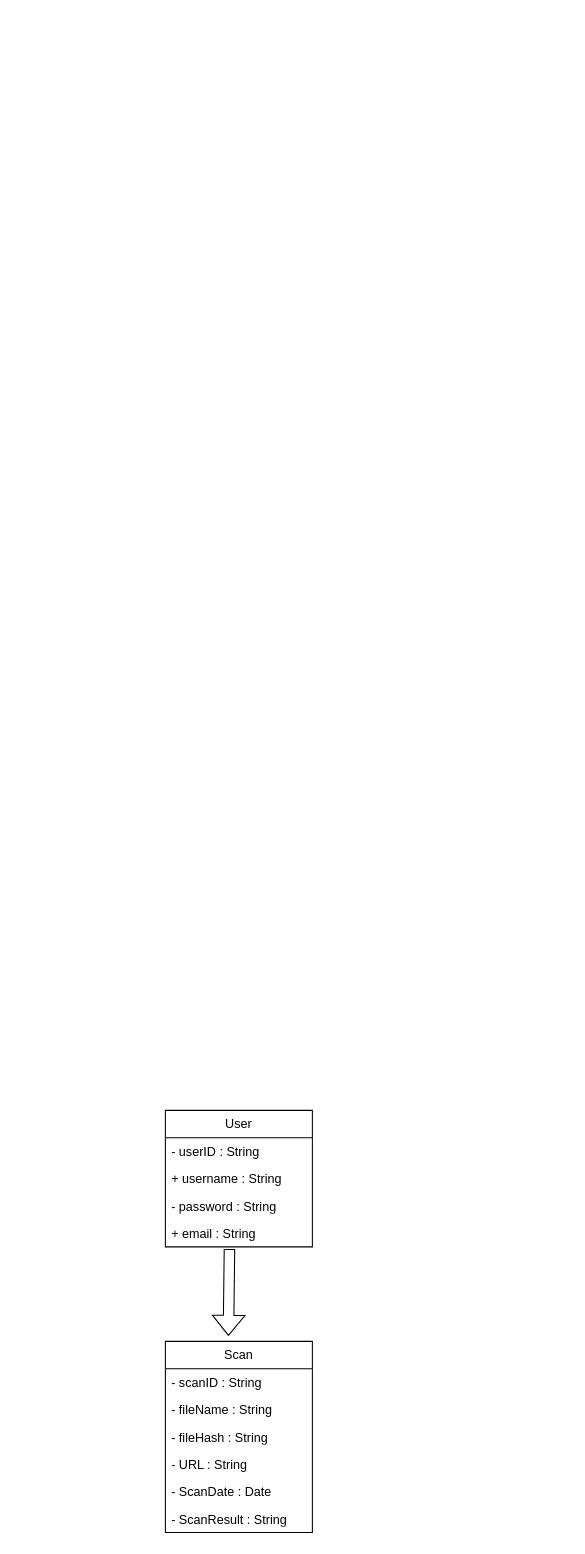
Earlier version of the draw.io diagram UML.drawio (Rikardooliv/ProjectX). Source tidied: cells renumbered, new cells numbered last; positions are measured from the earlier drawing's top-left corner, leaving out a move shared by most shapes. Both pictures are drawn from the tidied source at 105%, with x=0, y=0 at pixel (165, 1110).
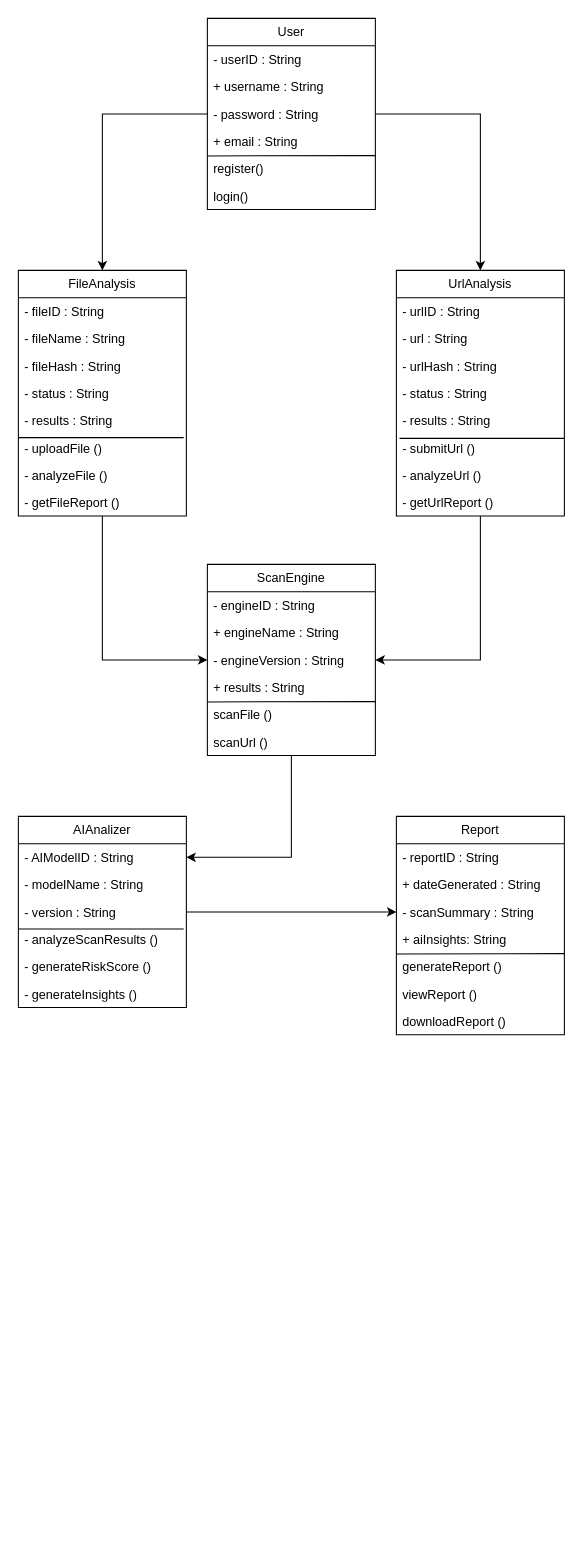
Above is the later version.

Diff of the diagram source:
```diff
@@
+    <mxCell id="15" style="edgeStyle=orthogonalEdgeStyle;rounded=0;jettySize=auto;html=1;entryX=0.5;entryY=0;entryDx=0;entryDy=0;" parent="1" edge="1" source="2" target="7">
+      <mxGeometry relative="1" as="geometry" />
+    </mxCell>
     <mxCell id="2" value="User" style="swimlane;fontStyle=0;horizontal=1;startSize=26;fillColor=none;whiteSpace=wrap;html=1;" parent="1" vertex="1">
-      <mxGeometry width="140" height="130" as="geometry" />
+      <mxGeometry x="40" y="-1040" width="160" height="182" as="geometry" />
     </mxCell>
     <mxCell id="3" value="- userID : String" style="text;strokeColor=none;fillColor=none;align=left;verticalAlign=top;spacingLeft=4;spacingRight=4;overflow=hidden;whiteSpace=wrap;html=1;" parent="2" vertex="1">
-      <mxGeometry y="26" width="140" height="26" as="geometry" />
+      <mxGeometry y="26" width="160" height="26" as="geometry" />
     </mxCell>
     <mxCell id="4" value="+ username : String" style="text;strokeColor=none;fillColor=none;align=left;verticalAlign=top;spacingLeft=4;spacingRight=4;overflow=hidden;whiteSpace=wrap;html=1;" parent="2" vertex="1">
-      <mxGeometry y="52" width="140" height="26" as="geometry" />
+      <mxGeometry y="52" width="160" height="26" as="geometry" />
     </mxCell>
     <mxCell id="5" value="- password : String" style="text;strokeColor=none;fillColor=none;align=left;verticalAlign=top;spacingLeft=4;spacingRight=4;overflow=hidden;points=[[0,0.5],[1,0.5]];portConstraint=eastwest;whiteSpace=wrap;html=1;" parent="2" vertex="1">
-      <mxGeometry y="78" width="140" height="26" as="geometry" />
+      <mxGeometry y="78" width="160" height="26" as="geometry" />
     </mxCell>
     <mxCell id="6" value="+ email : String" style="text;strokeColor=none;fillColor=none;align=left;verticalAlign=top;spacingLeft=4;spacingRight=4;overflow=hidden;points=[[0,0.5],[1,0.5]];portConstraint=eastwest;whiteSpace=wrap;html=1;" parent="2" vertex="1">
-      <mxGeometry y="104" width="140" height="26" as="geometry" />
+      <mxGeometry y="104" width="160" height="26" as="geometry" />
     </mxCell>
+    <mxCell id="16" value="register()" style="text;strokeColor=none;fillColor=none;align=left;verticalAlign=top;spacingLeft=4;spacingRight=4;overflow=hidden;whiteSpace=wrap;html=1;" parent="2" vertex="1">
+      <mxGeometry y="130" width="160" height="26" as="geometry" />
+    </mxCell>
+    <mxCell id="17" value="login()" style="text;strokeColor=none;fillColor=none;align=left;verticalAlign=top;spacingLeft=4;spacingRight=4;overflow=hidden;whiteSpace=wrap;html=1;" parent="2" vertex="1">
+      <mxGeometry y="156" width="160" height="26" as="geometry" />
+    </mxCell>
+    <mxCell id="18" style="endArrow=none;html=1;rounded=0;entryX=1.002;entryY=1.027;entryDx=0;entryDy=0;entryPerimeter=0;" parent="2" edge="1" target="6">
+      <mxGeometry relative="1" as="geometry">
+        <mxPoint y="131" as="sourcePoint" />
+      </mxGeometry>
+    </mxCell>
+    <mxCell id="19" style="edgeStyle=orthogonalEdgeStyle;rounded=0;jettySize=auto;html=1;entryX=0;entryY=0.5;entryDx=0;entryDy=0;" parent="1" edge="1" source="7" target="38">
+      <mxGeometry relative="1" as="geometry" />
+    </mxCell>
-    <mxCell id="7" value="Scan" style="swimlane;fontStyle=0;horizontal=1;startSize=26;fillColor=none;whiteSpace=wrap;html=1;" parent="1" vertex="1">
-      <mxGeometry y="220" width="140" height="182" as="geometry" />
+    <mxCell id="7" value="FileAnalysis" style="swimlane;fontStyle=0;horizontal=1;startSize=26;fillColor=none;whiteSpace=wrap;html=1;" parent="1" vertex="1">
+      <mxGeometry x="-140" y="-800" width="160" height="234" as="geometry" />
     </mxCell>
-    <mxCell id="8" value="- scanID : String" style="text;strokeColor=none;fillColor=none;align=left;verticalAlign=top;spacingLeft=4;spacingRight=4;overflow=hidden;whiteSpace=wrap;html=1;" parent="7" vertex="1">
-      <mxGeometry y="26" width="140" height="26" as="geometry" />
+    <mxCell id="8" value="- fileID : String" style="text;strokeColor=none;fillColor=none;align=left;verticalAlign=top;spacingLeft=4;spacingRight=4;overflow=hidden;whiteSpace=wrap;html=1;" parent="7" vertex="1">
+      <mxGeometry y="26" width="160" height="26" as="geometry" />
     </mxCell>
     <mxCell id="9" value="- fileName : String" style="text;strokeColor=none;fillColor=none;align=left;verticalAlign=top;spacingLeft=4;spacingRight=4;overflow=hidden;whiteSpace=wrap;html=1;" parent="7" vertex="1">
-      <mxGeometry y="52" width="140" height="26" as="geometry" />
+      <mxGeometry y="52" width="160" height="26" as="geometry" />
     </mxCell>
     <mxCell id="10" value="- fileHash : String" style="text;strokeColor=none;fillColor=none;align=left;verticalAlign=top;spacingLeft=4;spacingRight=4;overflow=hidden;whiteSpace=wrap;html=1;" parent="7" vertex="1">
-      <mxGeometry y="78" width="140" height="26" as="geometry" />
+      <mxGeometry y="78" width="160" height="26" as="geometry" />
     </mxCell>
-    <mxCell id="11" value="- URL : String" style="text;strokeColor=none;fillColor=none;align=left;verticalAlign=top;spacingLeft=4;spacingRight=4;overflow=hidden;whiteSpace=wrap;html=1;" parent="7" vertex="1">
-      <mxGeometry y="104" width="140" height="26" as="geometry" />
+    <mxCell id="11" value="- status : String" style="text;strokeColor=none;fillColor=none;align=left;verticalAlign=top;spacingLeft=4;spacingRight=4;overflow=hidden;whiteSpace=wrap;html=1;" parent="7" vertex="1">
+      <mxGeometry y="104" width="160" height="26" as="geometry" />
     </mxCell>
-    <mxCell id="12" value="- ScanDate : Date" style="text;strokeColor=none;fillColor=none;align=left;verticalAlign=top;spacingLeft=4;spacingRight=4;overflow=hidden;whiteSpace=wrap;html=1;" parent="7" vertex="1">
-      <mxGeometry y="130" width="140" height="26" as="geometry" />
+    <mxCell id="12" value="- results : String" style="text;strokeColor=none;fillColor=none;align=left;verticalAlign=top;spacingLeft=4;spacingRight=4;overflow=hidden;whiteSpace=wrap;html=1;" parent="7" vertex="1">
+      <mxGeometry y="130" width="160" height="26" as="geometry" />
     </mxCell>
-    <mxCell id="13" value="- ScanResult : String" style="text;strokeColor=none;fillColor=none;align=left;verticalAlign=top;spacingLeft=4;spacingRight=4;overflow=hidden;points=[[0,0.5],[1,0.5]];portConstraint=eastwest;whiteSpace=wrap;html=1;" parent="7" vertex="1">
-      <mxGeometry y="156" width="140" height="26" as="geometry" />
+    <mxCell id="13" value="- uploadFile ()" style="text;strokeColor=none;fillColor=none;align=left;verticalAlign=top;spacingLeft=4;spacingRight=4;overflow=hidden;points=[[0,0.5],[1,0.5]];portConstraint=eastwest;whiteSpace=wrap;html=1;" parent="7" vertex="1">
+      <mxGeometry y="156" width="160" height="26" as="geometry" />
     </mxCell>
-    <mxCell id="14" style="shape=flexArrow;endArrow=classic;html=1;rounded=0;exitX=0.436;exitY=1.077;exitDx=0;exitDy=0;exitPerimeter=0;entryX=0.429;entryY=-0.029;entryDx=0;entryDy=0;entryPerimeter=0;" parent="1" edge="1" source="6" target="7">
-      <mxGeometry relative="1" as="geometry" />
-    </mxCell>
+    <mxCell id="20" value="- analyzeFile ()" style="text;strokeColor=none;fillColor=none;align=left;verticalAlign=top;spacingLeft=4;spacingRight=4;overflow=hidden;whiteSpace=wrap;html=1;" parent="7" vertex="1">
+      <mxGeometry y="182" width="160" height="26" as="geometry" />
+    </mxCell>
+    <mxCell id="21" value="- getFileReport ()" style="text;strokeColor=none;fillColor=none;align=left;verticalAlign=top;spacingLeft=4;spacingRight=4;overflow=hidden;whiteSpace=wrap;html=1;" parent="7" vertex="1">
+      <mxGeometry y="208" width="160" height="26" as="geometry" />
+    </mxCell>
+    <mxCell id="22" style="endArrow=none;html=1;rounded=0;exitX=0.002;exitY=0.126;exitDx=0;exitDy=0;exitPerimeter=0;entryX=0.984;entryY=0.126;entryDx=0;entryDy=0;entryPerimeter=0;" parent="7" edge="1" source="13" target="13">
+      <mxGeometry relative="1" as="geometry" />
+    </mxCell>
+    <mxCell id="23" style="edgeStyle=orthogonalEdgeStyle;rounded=0;jettySize=auto;html=1;entryX=1;entryY=0.5;entryDx=0;entryDy=0;" parent="1" edge="1" source="24" target="38">
+      <mxGeometry relative="1" as="geometry" />
+    </mxCell>
+    <mxCell id="24" value="UrlAnalysis" style="swimlane;fontStyle=0;horizontal=1;startSize=26;fillColor=none;whiteSpace=wrap;html=1;" parent="1" vertex="1">
+      <mxGeometry x="220" y="-800" width="160" height="234" as="geometry" />
+    </mxCell>
+    <mxCell id="25" value="- urlID : String" style="text;strokeColor=none;fillColor=none;align=left;verticalAlign=top;spacingLeft=4;spacingRight=4;overflow=hidden;whiteSpace=wrap;html=1;" parent="24" vertex="1">
+      <mxGeometry y="26" width="160" height="26" as="geometry" />
+    </mxCell>
+    <mxCell id="26" value="- url : String" style="text;strokeColor=none;fillColor=none;align=left;verticalAlign=top;spacingLeft=4;spacingRight=4;overflow=hidden;whiteSpace=wrap;html=1;" parent="24" vertex="1">
+      <mxGeometry y="52" width="160" height="26" as="geometry" />
+    </mxCell>
+    <mxCell id="27" value="- urlHash : String" style="text;strokeColor=none;fillColor=none;align=left;verticalAlign=top;spacingLeft=4;spacingRight=4;overflow=hidden;whiteSpace=wrap;html=1;" parent="24" vertex="1">
+      <mxGeometry y="78" width="160" height="26" as="geometry" />
+    </mxCell>
+    <mxCell id="28" value="- status : String" style="text;strokeColor=none;fillColor=none;align=left;verticalAlign=top;spacingLeft=4;spacingRight=4;overflow=hidden;whiteSpace=wrap;html=1;" parent="24" vertex="1">
+      <mxGeometry y="104" width="160" height="26" as="geometry" />
+    </mxCell>
+    <mxCell id="29" value="- results : String" style="text;strokeColor=none;fillColor=none;align=left;verticalAlign=top;spacingLeft=4;spacingRight=4;overflow=hidden;whiteSpace=wrap;html=1;" parent="24" vertex="1">
+      <mxGeometry y="130" width="160" height="26" as="geometry" />
+    </mxCell>
+    <mxCell id="30" style="endArrow=none;html=1;rounded=0;exitX=0.002;exitY=0.126;exitDx=0;exitDy=0;exitPerimeter=0;entryX=0.984;entryY=0.126;entryDx=0;entryDy=0;entryPerimeter=0;" parent="24" edge="1">
+      <mxGeometry relative="1" as="geometry">
+        <mxPoint x="3" y="160" as="sourcePoint" />
+        <mxPoint x="160" y="160" as="targetPoint" />
+      </mxGeometry>
+    </mxCell>
+    <mxCell id="31" value="- submitUrl ()" style="text;strokeColor=none;fillColor=none;align=left;verticalAlign=top;spacingLeft=4;spacingRight=4;overflow=hidden;whiteSpace=wrap;html=1;" parent="24" vertex="1">
+      <mxGeometry y="156" width="160" height="26" as="geometry" />
+    </mxCell>
+    <mxCell id="32" value="- analyzeUrl ()" style="text;strokeColor=none;fillColor=none;align=left;verticalAlign=top;spacingLeft=4;spacingRight=4;overflow=hidden;whiteSpace=wrap;html=1;" parent="24" vertex="1">
+      <mxGeometry y="182" width="160" height="26" as="geometry" />
+    </mxCell>
+    <mxCell id="33" value="- getUrlReport ()" style="text;strokeColor=none;fillColor=none;align=left;verticalAlign=top;spacingLeft=4;spacingRight=4;overflow=hidden;whiteSpace=wrap;html=1;" parent="24" vertex="1">
+      <mxGeometry y="208" width="160" height="26" as="geometry" />
+    </mxCell>
+    <mxCell id="34" style="edgeStyle=orthogonalEdgeStyle;rounded=0;jettySize=auto;html=1;entryX=1;entryY=0.5;entryDx=0;entryDy=0;" parent="1" edge="1" source="35" target="45">
+      <mxGeometry relative="1" as="geometry" />
+    </mxCell>
+    <mxCell id="35" value="ScanEngine" style="swimlane;fontStyle=0;horizontal=1;startSize=26;fillColor=none;whiteSpace=wrap;html=1;" parent="1" vertex="1">
+      <mxGeometry x="40" y="-520" width="160" height="182" as="geometry" />
+    </mxCell>
+    <mxCell id="36" value="- engineID : String" style="text;strokeColor=none;fillColor=none;align=left;verticalAlign=top;spacingLeft=4;spacingRight=4;overflow=hidden;whiteSpace=wrap;html=1;" parent="35" vertex="1">
+      <mxGeometry y="26" width="160" height="26" as="geometry" />
+    </mxCell>
+    <mxCell id="37" value="+ engineName : String" style="text;strokeColor=none;fillColor=none;align=left;verticalAlign=top;spacingLeft=4;spacingRight=4;overflow=hidden;whiteSpace=wrap;html=1;" parent="35" vertex="1">
+      <mxGeometry y="52" width="160" height="26" as="geometry" />
+    </mxCell>
+    <mxCell id="38" value="- engineVersion : String" style="text;strokeColor=none;fillColor=none;align=left;verticalAlign=top;spacingLeft=4;spacingRight=4;overflow=hidden;points=[[0,0.5],[1,0.5]];portConstraint=eastwest;whiteSpace=wrap;html=1;" parent="35" vertex="1">
+      <mxGeometry y="78" width="160" height="26" as="geometry" />
+    </mxCell>
+    <mxCell id="39" value="+ results : String" style="text;strokeColor=none;fillColor=none;align=left;verticalAlign=top;spacingLeft=4;spacingRight=4;overflow=hidden;points=[[0,0.5],[1,0.5]];portConstraint=eastwest;whiteSpace=wrap;html=1;" parent="35" vertex="1">
+      <mxGeometry y="104" width="160" height="26" as="geometry" />
+    </mxCell>
+    <mxCell id="40" value="scanFile ()" style="text;strokeColor=none;fillColor=none;align=left;verticalAlign=top;spacingLeft=4;spacingRight=4;overflow=hidden;whiteSpace=wrap;html=1;" parent="35" vertex="1">
+      <mxGeometry y="130" width="160" height="26" as="geometry" />
+    </mxCell>
+    <mxCell id="41" value="scanUrl ()" style="text;strokeColor=none;fillColor=none;align=left;verticalAlign=top;spacingLeft=4;spacingRight=4;overflow=hidden;whiteSpace=wrap;html=1;" parent="35" vertex="1">
+      <mxGeometry y="156" width="160" height="26" as="geometry" />
+    </mxCell>
+    <mxCell id="42" style="endArrow=none;html=1;rounded=0;entryX=1.002;entryY=1.027;entryDx=0;entryDy=0;entryPerimeter=0;" parent="35" edge="1" target="39">
+      <mxGeometry relative="1" as="geometry">
+        <mxPoint y="131" as="sourcePoint" />
+      </mxGeometry>
+    </mxCell>
+    <mxCell id="43" style="edgeStyle=orthogonalEdgeStyle;rounded=0;jettySize=auto;html=1;entryX=0;entryY=0.5;entryDx=0;entryDy=0;" parent="1" edge="1" source="44" target="55">
+      <mxGeometry relative="1" as="geometry" />
+    </mxCell>
+    <mxCell id="44" value="AIAnalizer" style="swimlane;fontStyle=0;horizontal=1;startSize=26;fillColor=none;whiteSpace=wrap;html=1;" parent="1" vertex="1">
+      <mxGeometry x="-140" y="-280" width="160" height="182" as="geometry" />
+    </mxCell>
+    <mxCell id="45" value="- AIModelID : String" style="text;strokeColor=none;fillColor=none;align=left;verticalAlign=top;spacingLeft=4;spacingRight=4;overflow=hidden;points=[[0,0.5],[1,0.5]];portConstraint=eastwest;whiteSpace=wrap;html=1;" parent="44" vertex="1">
+      <mxGeometry y="26" width="160" height="26" as="geometry" />
+    </mxCell>
+    <mxCell id="46" value="- modelName : String" style="text;strokeColor=none;fillColor=none;align=left;verticalAlign=top;spacingLeft=4;spacingRight=4;overflow=hidden;whiteSpace=wrap;html=1;" parent="44" vertex="1">
+      <mxGeometry y="52" width="160" height="26" as="geometry" />
+    </mxCell>
+    <mxCell id="47" value="- version : String" style="text;strokeColor=none;fillColor=none;align=left;verticalAlign=top;spacingLeft=4;spacingRight=4;overflow=hidden;whiteSpace=wrap;html=1;" parent="44" vertex="1">
+      <mxGeometry y="78" width="160" height="26" as="geometry" />
+    </mxCell>
+    <mxCell id="48" value="- analyzeScanResults ()" style="text;strokeColor=none;fillColor=none;align=left;verticalAlign=top;spacingLeft=4;spacingRight=4;overflow=hidden;points=[[0,0.5],[1,0.5]];portConstraint=eastwest;whiteSpace=wrap;html=1;" parent="44" vertex="1">
+      <mxGeometry y="104" width="160" height="26" as="geometry" />
+    </mxCell>
+    <mxCell id="49" value="- generateRiskScore ()" style="text;strokeColor=none;fillColor=none;align=left;verticalAlign=top;spacingLeft=4;spacingRight=4;overflow=hidden;whiteSpace=wrap;html=1;" parent="44" vertex="1">
+      <mxGeometry y="130" width="160" height="26" as="geometry" />
+    </mxCell>
+    <mxCell id="50" value="- generateInsights ()" style="text;strokeColor=none;fillColor=none;align=left;verticalAlign=top;spacingLeft=4;spacingRight=4;overflow=hidden;whiteSpace=wrap;html=1;" parent="44" vertex="1">
+      <mxGeometry y="156" width="160" height="26" as="geometry" />
+    </mxCell>
+    <mxCell id="51" style="endArrow=none;html=1;rounded=0;exitX=0.002;exitY=0.126;exitDx=0;exitDy=0;exitPerimeter=0;entryX=0.984;entryY=0.126;entryDx=0;entryDy=0;entryPerimeter=0;" parent="44" edge="1" source="48" target="48">
+      <mxGeometry relative="1" as="geometry" />
+    </mxCell>
+    <mxCell id="52" value="Report" style="swimlane;fontStyle=0;horizontal=1;startSize=26;fillColor=none;whiteSpace=wrap;html=1;" parent="1" vertex="1">
+      <mxGeometry x="220" y="-280" width="160" height="208" as="geometry" />
+    </mxCell>
+    <mxCell id="53" value="- reportID : String" style="text;strokeColor=none;fillColor=none;align=left;verticalAlign=top;spacingLeft=4;spacingRight=4;overflow=hidden;whiteSpace=wrap;html=1;" parent="52" vertex="1">
+      <mxGeometry y="26" width="160" height="26" as="geometry" />
+    </mxCell>
+    <mxCell id="54" value="+ dateGenerated : String" style="text;strokeColor=none;fillColor=none;align=left;verticalAlign=top;spacingLeft=4;spacingRight=4;overflow=hidden;whiteSpace=wrap;html=1;" parent="52" vertex="1">
+      <mxGeometry y="52" width="160" height="26" as="geometry" />
+    </mxCell>
+    <mxCell id="55" value="- scanSummary : String" style="text;strokeColor=none;fillColor=none;align=left;verticalAlign=top;spacingLeft=4;spacingRight=4;overflow=hidden;points=[[0,0.5],[1,0.5]];portConstraint=eastwest;whiteSpace=wrap;html=1;" parent="52" vertex="1">
+      <mxGeometry y="78" width="160" height="26" as="geometry" />
+    </mxCell>
+    <mxCell id="56" value="+ aiInsights: String" style="text;strokeColor=none;fillColor=none;align=left;verticalAlign=top;spacingLeft=4;spacingRight=4;overflow=hidden;points=[[0,0.5],[1,0.5]];portConstraint=eastwest;whiteSpace=wrap;html=1;" parent="52" vertex="1">
+      <mxGeometry y="104" width="160" height="26" as="geometry" />
+    </mxCell>
+    <mxCell id="57" value="generateReport ()" style="text;strokeColor=none;fillColor=none;align=left;verticalAlign=top;spacingLeft=4;spacingRight=4;overflow=hidden;whiteSpace=wrap;html=1;" parent="52" vertex="1">
+      <mxGeometry y="130" width="160" height="26" as="geometry" />
+    </mxCell>
+    <mxCell id="58" value="viewReport ()" style="text;strokeColor=none;fillColor=none;align=left;verticalAlign=top;spacingLeft=4;spacingRight=4;overflow=hidden;whiteSpace=wrap;html=1;" parent="52" vertex="1">
+      <mxGeometry y="156" width="160" height="26" as="geometry" />
+    </mxCell>
+    <mxCell id="59" style="endArrow=none;html=1;rounded=0;entryX=1.002;entryY=1.027;entryDx=0;entryDy=0;entryPerimeter=0;" parent="52" edge="1" target="56">
+      <mxGeometry relative="1" as="geometry">
+        <mxPoint y="131" as="sourcePoint" />
+      </mxGeometry>
+    </mxCell>
+    <mxCell id="60" value="downloadReport ()" style="text;strokeColor=none;fillColor=none;align=left;verticalAlign=top;spacingLeft=4;spacingRight=4;overflow=hidden;whiteSpace=wrap;html=1;" parent="52" vertex="1">
+      <mxGeometry y="182" width="160" height="26" as="geometry" />
+    </mxCell>
+    <mxCell id="61" style="edgeStyle=orthogonalEdgeStyle;rounded=0;jettySize=auto;html=1;entryX=0.5;entryY=0;entryDx=0;entryDy=0;" parent="1" edge="1" source="5" target="24">
+      <mxGeometry relative="1" as="geometry" />
+    </mxCell>
```
